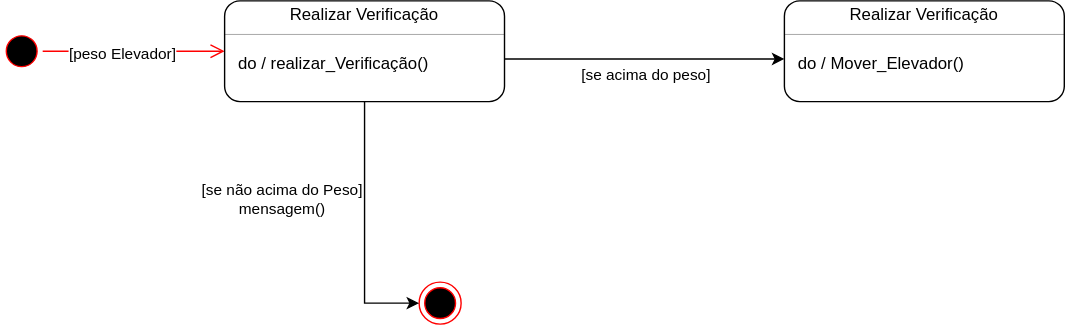
The draw.io diagram Diagrama-Estados/Estado-Verificar-peso.svg in wholocked1/Projeto-2-modelagem, before a commit. Source tidied: cells renumbered, new cells last; positions are measured from the earlier drawing's top-left corner, leaving out a move shared by most shapes.
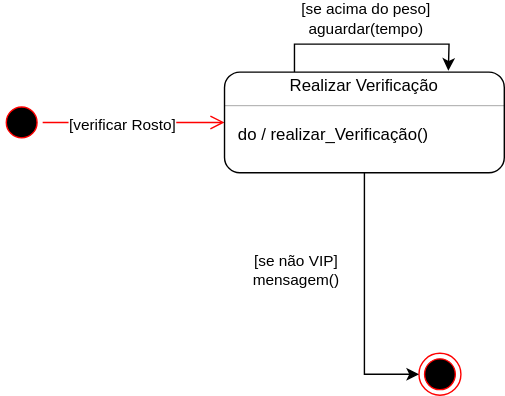
The same file after the commit.

What changed in the source:
```diff
@@ -2,71 +2,55 @@
   <root>
     <mxCell id="0" />
     <mxCell id="1" parent="0" />
-    <mxCell id="2" style="ellipse;html=1;shape=endState;fillColor=#000000;strokeColor=#ff0000;" parent="1" vertex="1">
-      <mxGeometry x="299" y="201" width="30" height="30" as="geometry" />
-    </mxCell>
-    <mxCell id="3" style="ellipse;html=1;shape=startState;fillColor=#000000;strokeColor=#ff0000;" parent="1" vertex="1">
-      <mxGeometry y="21" width="30" height="30" as="geometry" />
-    </mxCell>
-    <mxCell id="4" style="edgeStyle=orthogonalEdgeStyle;html=1;verticalAlign=bottom;endArrow=open;endSize=8;strokeColor=#ff0000;rounded=0;entryX=0;entryY=0.5;entryDx=0;entryDy=0;" parent="1" edge="1" source="3">
-      <mxGeometry relative="1" as="geometry">
-        <mxPoint x="160" y="36" as="targetPoint" />
-      </mxGeometry>
-    </mxCell>
-    <mxCell id="5" value="[peso Elevador]" style="edgeLabel;html=1;align=center;verticalAlign=middle;" parent="4" vertex="1">
-      <mxGeometry x="-0.14" y="-1" relative="1" as="geometry" />
-    </mxCell>
-    <mxCell id="6" style="fontStyle=1;align=center;verticalAlign=middle;horizontal=1;rounded=1;absoluteArcSize=1;arcSize=22;" parent="1" vertex="1">
-      <mxGeometry x="160" width="200" height="72" as="geometry" />
-    </mxCell>
-    <mxCell id="7" value="Realizar Verificação" style="html=1;align=center;spacing=0;verticalAlign=middle;strokeColor=none;fillColor=none;whiteSpace=wrap;" parent="6" vertex="1">
-      <mxGeometry width="200" height="20" as="geometry" />
-    </mxCell>
-    <mxCell id="8" style="line;strokeWidth=0.25;fillColor=none;align=left;verticalAlign=middle;spacingTop=-1;spacingLeft=3;spacingRight=3;labelPosition=right;" parent="6" vertex="1">
-      <mxGeometry y="20" width="200" height="8" as="geometry" />
-    </mxCell>
-    <mxCell id="9" style="html=1;align=left;spacing=0;spacingLeft=10;verticalAlign=middle;strokeColor=none;fillColor=none;whiteSpace=wrap;" parent="6" vertex="1">
-      <mxGeometry y="28" width="200" height="10" as="geometry" />
-    </mxCell>
+    <mxCell id="22" style="ellipse;html=1;shape=endState;fillColor=#000000;strokeColor=#ff0000;" parent="1" vertex="1">
+      <mxGeometry x="349" y="-88" width="30" height="30" as="geometry" />
+    </mxCell>
+    <mxCell id="23" style="ellipse;html=1;shape=startState;fillColor=#000000;strokeColor=#ff0000;" parent="1" vertex="1">
+      <mxGeometry x="50" y="-268" width="30" height="30" as="geometry" />
+    </mxCell>
+    <mxCell id="24" style="edgeStyle=orthogonalEdgeStyle;html=1;verticalAlign=bottom;endArrow=open;endSize=8;strokeColor=#ff0000;rounded=0;entryX=0;entryY=0.5;entryDx=0;entryDy=0;" parent="1" edge="1" source="23">
+      <mxGeometry relative="1" as="geometry">
+        <mxPoint x="210" y="-253" as="targetPoint" />
+      </mxGeometry>
+    </mxCell>
+    <mxCell id="25" value="[verificar Rosto]" style="edgeLabel;html=1;align=center;verticalAlign=middle;" parent="24" vertex="1">
+      <mxGeometry x="-0.14" y="-1" relative="1" as="geometry" />
+    </mxCell>
+    <mxCell id="26" style="fontStyle=1;align=center;verticalAlign=middle;horizontal=1;rounded=1;absoluteArcSize=1;arcSize=22;" parent="1" vertex="1">
+      <mxGeometry x="210" y="-289" width="200" height="72" as="geometry" />
+    </mxCell>
+    <mxCell id="27" style="edgeStyle=orthogonalEdgeStyle;rounded=0;jettySize=auto;html=1;exitX=0.25;exitY=0;exitDx=0;exitDy=0;" parent="26" edge="1" source="29">
+      <mxGeometry relative="1" as="geometry">
+        <mxPoint x="160" y="-1" as="targetPoint" />
+      </mxGeometry>
+    </mxCell>
+    <mxCell id="28" value="[se acima do peso]&lt;br&gt;aguardar(tempo)" style="edgeLabel;html=1;align=center;verticalAlign=middle;" parent="27" vertex="1">
+      <mxGeometry x="-0.05" y="2" relative="1" as="geometry">
+        <mxPoint x="-1" y="-17" as="offset" />
+      </mxGeometry>
+    </mxCell>
+    <mxCell id="29" value="Realizar Verificação" style="html=1;align=center;spacing=0;verticalAlign=middle;strokeColor=none;fillColor=none;whiteSpace=wrap;" parent="26" vertex="1">
+      <mxGeometry width="200" height="20" as="geometry" />
+    </mxCell>
+    <mxCell id="30" style="line;strokeWidth=0.25;fillColor=none;align=left;verticalAlign=middle;spacingTop=-1;spacingLeft=3;spacingRight=3;labelPosition=right;" parent="26" vertex="1">
+      <mxGeometry y="20" width="200" height="8" as="geometry" />
+    </mxCell>
+    <mxCell id="31" style="html=1;align=left;spacing=0;spacingLeft=10;verticalAlign=middle;strokeColor=none;fillColor=none;whiteSpace=wrap;" parent="26" vertex="1">
+      <mxGeometry y="28" width="200" height="10" as="geometry" />
+    </mxCell>
-    <mxCell id="10" value="do / realizar_Verificação()" style="html=1;align=left;spacing=0;spacingLeft=10;verticalAlign=middle;strokeColor=none;fillColor=none;whiteSpace=wrap;" parent="6" vertex="1">
+    <mxCell id="10" value="do / realizar_Verificação()" style="html=1;align=left;spacing=0;spacingLeft=10;verticalAlign=middle;strokeColor=none;fillColor=none;whiteSpace=wrap;" parent="26" vertex="1">
       <mxGeometry y="38" width="200" height="14" as="geometry" />
     </mxCell>
-    <mxCell id="11" style="html=1;align=left;spacing=0;spacingLeft=10;verticalAlign=middle;strokeColor=none;fillColor=none;whiteSpace=wrap;" parent="6" vertex="1">
-      <mxGeometry y="52" width="200" height="20" as="geometry" />
-    </mxCell>
-    <mxCell id="12" style="edgeStyle=orthogonalEdgeStyle;rounded=0;jettySize=auto;html=1;exitX=0.5;exitY=1;exitDx=0;exitDy=0;entryX=0;entryY=0.5;entryDx=0;entryDy=0;" parent="1" edge="1" source="11" target="2">
-      <mxGeometry relative="1" as="geometry" />
-    </mxCell>
-    <mxCell id="13" value="[se não acima do Peso]&lt;br&gt;mensagem()" style="edgeLabel;html=1;align=center;verticalAlign=middle;" parent="12" vertex="1">
-      <mxGeometry x="-0.52" y="-2" relative="1" as="geometry">
-        <mxPoint x="-58" y="25" as="offset" />
-      </mxGeometry>
-    </mxCell>
-    <mxCell id="14" style="fontStyle=1;align=center;verticalAlign=middle;horizontal=1;rounded=1;absoluteArcSize=1;arcSize=22;" parent="1" vertex="1">
-      <mxGeometry x="560" width="200" height="72" as="geometry" />
-    </mxCell>
-    <mxCell id="15" value="Realizar Verificação" style="html=1;align=center;spacing=0;verticalAlign=middle;strokeColor=none;fillColor=none;whiteSpace=wrap;" parent="14" vertex="1">
-      <mxGeometry width="200" height="20" as="geometry" />
-    </mxCell>
-    <mxCell id="16" style="line;strokeWidth=0.25;fillColor=none;align=left;verticalAlign=middle;spacingTop=-1;spacingLeft=3;spacingRight=3;labelPosition=right;" parent="14" vertex="1">
-      <mxGeometry y="20" width="200" height="8" as="geometry" />
-    </mxCell>
-    <mxCell id="17" style="html=1;align=left;spacing=0;spacingLeft=10;verticalAlign=middle;strokeColor=none;fillColor=none;whiteSpace=wrap;" parent="14" vertex="1">
-      <mxGeometry y="28" width="200" height="10" as="geometry" />
-    </mxCell>
-    <mxCell id="18" value="do / Mover_Elevador()" style="html=1;align=left;spacing=0;spacingLeft=10;verticalAlign=middle;strokeColor=none;fillColor=none;whiteSpace=wrap;" parent="14" vertex="1">
-      <mxGeometry y="38" width="200" height="14" as="geometry" />
-    </mxCell>
-    <mxCell id="19" style="html=1;align=left;spacing=0;spacingLeft=10;verticalAlign=middle;strokeColor=none;fillColor=none;whiteSpace=wrap;" parent="14" vertex="1">
-      <mxGeometry y="52" width="200" height="20" as="geometry" />
-    </mxCell>
-    <mxCell id="20" style="edgeStyle=orthogonalEdgeStyle;rounded=0;jettySize=auto;html=1;exitX=1;exitY=0.25;exitDx=0;exitDy=0;entryX=0;entryY=0.25;entryDx=0;entryDy=0;" parent="1" edge="1" source="10" target="18">
-      <mxGeometry relative="1" as="geometry" />
-    </mxCell>
-    <mxCell id="21" value="[se acima do peso]" style="edgeLabel;html=1;align=center;verticalAlign=middle;" parent="20" vertex="1">
-      <mxGeometry x="0.08" y="-2" relative="1" as="geometry">
-        <mxPoint x="-8" y="9" as="offset" />
-      </mxGeometry>
-    </mxCell>
+    <mxCell id="32" style="html=1;align=left;spacing=0;spacingLeft=10;verticalAlign=middle;strokeColor=none;fillColor=none;whiteSpace=wrap;" parent="26" vertex="1">
+      <mxGeometry y="52" width="200" height="20" as="geometry" />
+    </mxCell>
+    <mxCell id="33" style="edgeStyle=orthogonalEdgeStyle;rounded=0;jettySize=auto;html=1;exitX=0.5;exitY=1;exitDx=0;exitDy=0;entryX=0;entryY=0.5;entryDx=0;entryDy=0;" parent="1" edge="1" source="32" target="22">
+      <mxGeometry relative="1" as="geometry" />
+    </mxCell>
+    <mxCell id="34" value="[se não VIP]&lt;br&gt;mensagem()" style="edgeLabel;html=1;align=center;verticalAlign=middle;" parent="33" vertex="1">
+      <mxGeometry x="-0.52" y="-2" relative="1" as="geometry">
+        <mxPoint x="-48" y="25" as="offset" />
+      </mxGeometry>
+    </mxCell>
   </root>
 </mxGraphModel>
```
